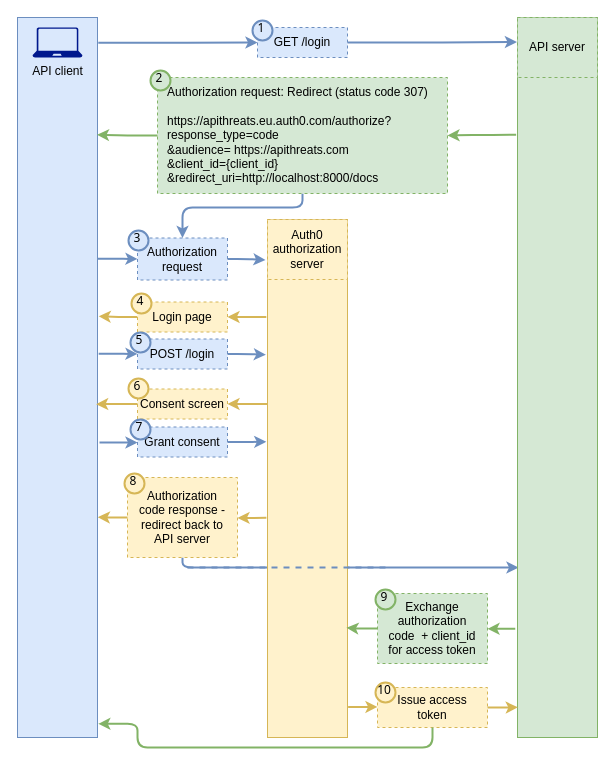
Above: page "Page-7" (7 of 7) of ch08.drawio in abunuwas/api-sec-book-imgs (draw.io), before the change. Source tidied: cells renumbered, new cells numbered last; positions are measured from the earlier drawing's top-left corner, leaving out a move shared by most shapes. Both pictures are drawn from the tidied source at 100%, with x=0, y=0 at pixel (17, 17).
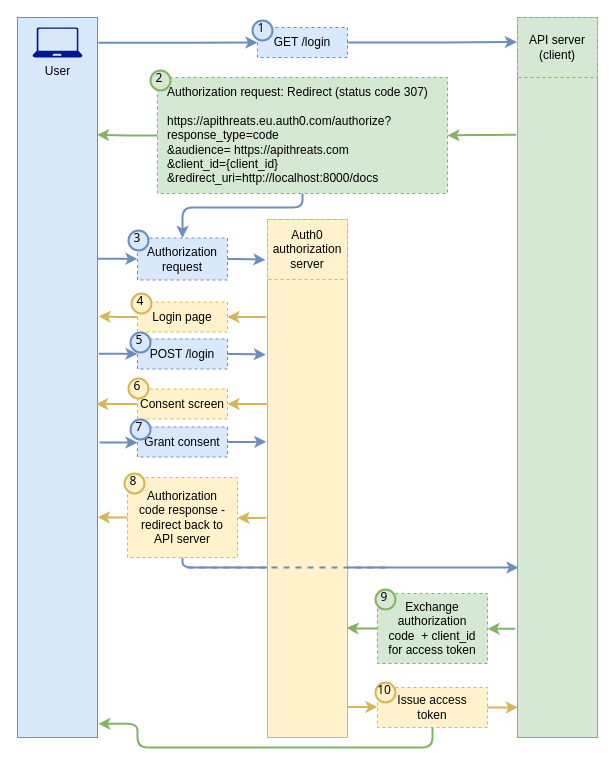
After the change.

What changed in the source:
```diff
@@
-    <mxCell id="15" value="API client" style="sketch=0;shadow=0;dashed=0;html=1;strokeColor=none;labelPosition=center;verticalLabelPosition=bottom;verticalAlign=top;align=center;fillColor=#00188D;shape=mxgraph.azure.laptop;" parent="1" vertex="1">
+    <mxCell id="15" value="User" style="sketch=0;shadow=0;dashed=0;html=1;strokeColor=none;labelPosition=center;verticalLabelPosition=bottom;verticalAlign=top;align=center;fillColor=#00188D;shape=mxgraph.azure.laptop;" parent="1" vertex="1">
       <mxGeometry x="15" y="10" width="50" height="30" as="geometry" />
     </mxCell>
@@
-    <mxCell id="50" value="API server" style="text;html=1;align=center;verticalAlign=middle;whiteSpace=wrap;rounded=0;strokeColor=#82b366;dashed=1;fillColor=#d5e8d4;" parent="1" vertex="1">
+    <mxCell id="50" value="API server (client)" style="text;html=1;align=center;verticalAlign=middle;whiteSpace=wrap;rounded=0;strokeColor=#82b366;dashed=1;fillColor=#d5e8d4;" parent="1" vertex="1">
       <mxGeometry x="500" width="80" height="60" as="geometry" />
     </mxCell>
```
